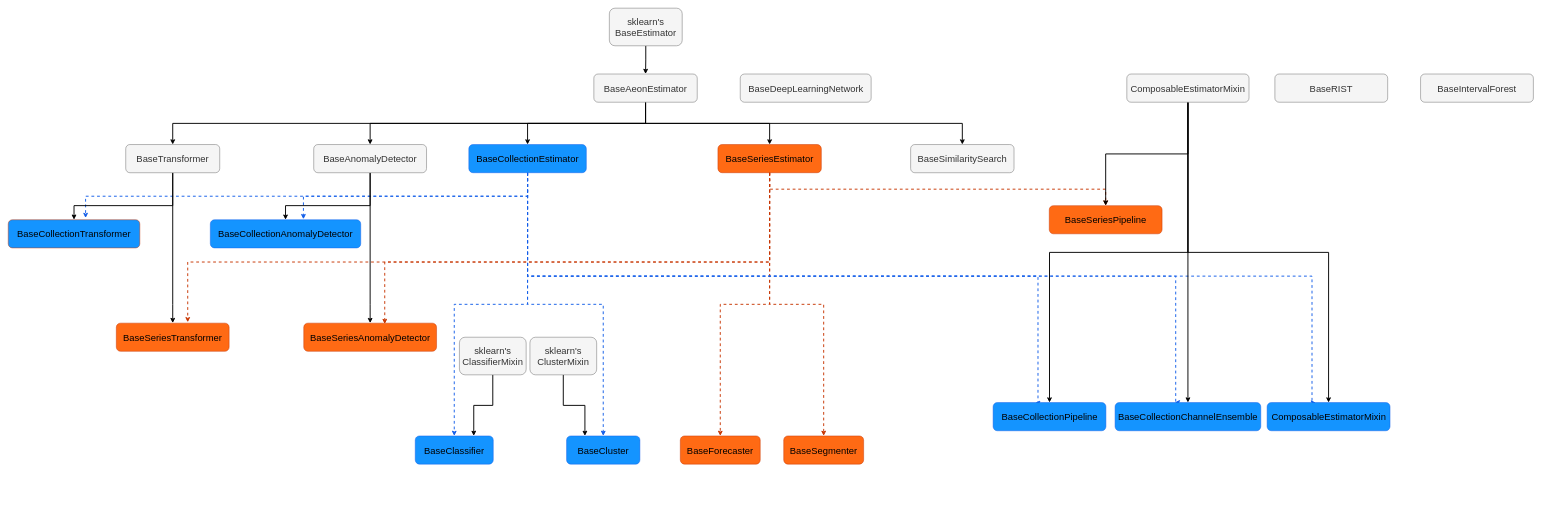
Before: examples/base/img/aeon_uml.drawio in aeon-toolkit/aeon, a draw.io diagram. Source tidied: cells renumbered, new cells numbered last; positions are measured from the earlier drawing's top-left corner, leaving out a move shared by most shapes. Both pictures are drawn from the tidied source at 47%, with x=0, y=0 at pixel (8, 8).
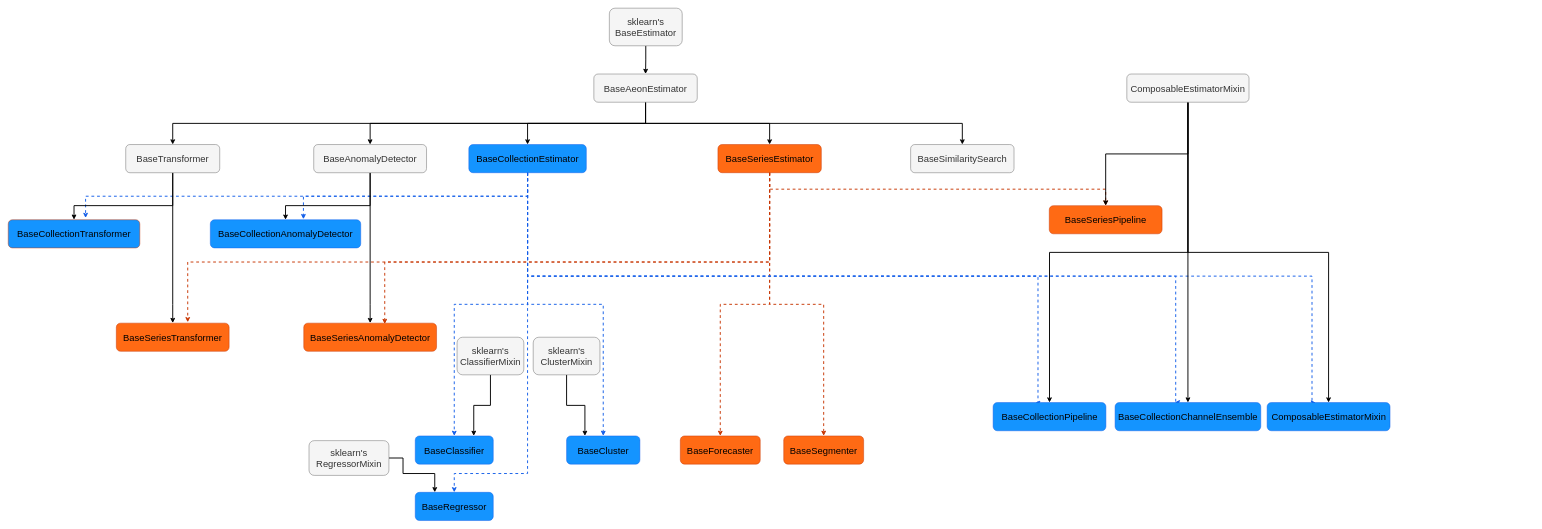
The same page after the edit.

Unchanged cells that the change refers to:
```xml
<mxCell id="21" value="&lt;font&gt;BaseCollectionEstimator&lt;/font&gt;" style="rounded=1;whiteSpace=wrap;html=1;fillColor=light-dark(#1494FF,#1494FF);fontColor=#000000;strokeColor=light-dark(#125DE9,#125DE9);fontSize=20;" parent="1" vertex="1">
  <mxGeometry x="980" y="290" width="250" height="60" as="geometry" />
</mxCell>
```

Change to the diagram source:
```diff
@@
-    <mxCell id="31" value="&lt;font&gt;BaseIntervalForest&lt;/font&gt;" style="rounded=1;whiteSpace=wrap;html=1;fillColor=#f5f5f5;fontColor=#333333;strokeColor=#666666;fontSize=20;" parent="1" vertex="1">
-      <mxGeometry x="3005" y="140" width="240" height="60" as="geometry" />
-    </mxCell>
-    <mxCell id="32" value="&lt;font&gt;BaseRIST&lt;/font&gt;" style="rounded=1;whiteSpace=wrap;html=1;fillColor=#f5f5f5;fontColor=#333333;strokeColor=#666666;fontSize=20;" parent="1" vertex="1">
-      <mxGeometry x="2695" y="140" width="240" height="60" as="geometry" />
-    </mxCell>
@@
     <mxCell id="40" value="&lt;font&gt;sklearn's ClassifierMixin&lt;/font&gt;" style="rounded=1;whiteSpace=wrap;html=1;fillColor=#f5f5f5;fontColor=#333333;strokeColor=#666666;fontSize=20;" parent="1" vertex="1">
-      <mxGeometry x="960" y="700" width="142" height="80" as="geometry" />
+      <mxGeometry x="955" y="700" width="142" height="80" as="geometry" />
     </mxCell>
@@
     <mxCell id="42" value="&lt;font&gt;sklearn's ClusterMixin&lt;/font&gt;" style="rounded=1;whiteSpace=wrap;html=1;fillColor=#f5f5f5;fontColor=#333333;strokeColor=#666666;fontSize=20;" parent="1" vertex="1">
-      <mxGeometry x="1110" y="700" width="142" height="80" as="geometry" />
+      <mxGeometry x="1117" y="700" width="142" height="80" as="geometry" />
     </mxCell>
@@
-    <mxCell id="45" value="&lt;font&gt;BaseDeepLearningNetwork&lt;/font&gt;" style="rounded=1;whiteSpace=wrap;html=1;fillColor=#f5f5f5;fontColor=#333333;strokeColor=#666666;fontSize=20;" parent="1" vertex="1">
-      <mxGeometry x="1557.5" y="140" width="278.5" height="60" as="geometry" />
-    </mxCell>
@@
+    <mxCell id="55" value="&lt;font&gt;BaseRegressor&lt;/font&gt;" style="rounded=1;whiteSpace=wrap;html=1;fillColor=light-dark(#1494FF,#1494FF);fontColor=#000000;strokeColor=light-dark(#125DE9,#125DE9);fontSize=20;" parent="1" vertex="1">
+      <mxGeometry x="866" y="1030" width="166" height="60" as="geometry" />
+    </mxCell>
+    <mxCell id="56" style="edgeStyle=orthogonalEdgeStyle;rounded=0;jettySize=auto;html=1;exitX=1;exitY=0.5;exitDx=0;exitDy=0;entryX=0.25;entryY=0;entryDx=0;entryDy=0;strokeWidth=2;" parent="1" edge="1" source="57" target="55">
+      <mxGeometry relative="1" as="geometry">
+        <Array as="points">
+          <mxPoint x="840" y="957" />
+          <mxPoint x="840" y="990" />
+          <mxPoint x="908" y="990" />
+        </Array>
+      </mxGeometry>
+    </mxCell>
+    <mxCell id="57" value="&lt;font&gt;sklearn's RegressorMixin&lt;/font&gt;" style="rounded=1;whiteSpace=wrap;html=1;fillColor=#f5f5f5;fontColor=#333333;strokeColor=#666666;fontSize=20;" parent="1" vertex="1">
+      <mxGeometry x="640" y="920" width="170" height="74" as="geometry" />
+    </mxCell>
+    <mxCell id="58" style="edgeStyle=orthogonalEdgeStyle;rounded=0;jettySize=auto;html=1;exitX=0.5;exitY=1;exitDx=0;exitDy=0;entryX=0.5;entryY=0;entryDx=0;entryDy=0;dashed=1;fillColor=#fa6800;strokeColor=light-dark(#125DE9,#125DE9);fontSize=20;strokeWidth=2;" parent="1" edge="1" source="21" target="55">
+      <mxGeometry relative="1" as="geometry">
+        <Array as="points">
+          <mxPoint x="1105" y="990" />
+          <mxPoint x="949" y="990" />
+        </Array>
+      </mxGeometry>
+    </mxCell>
```
